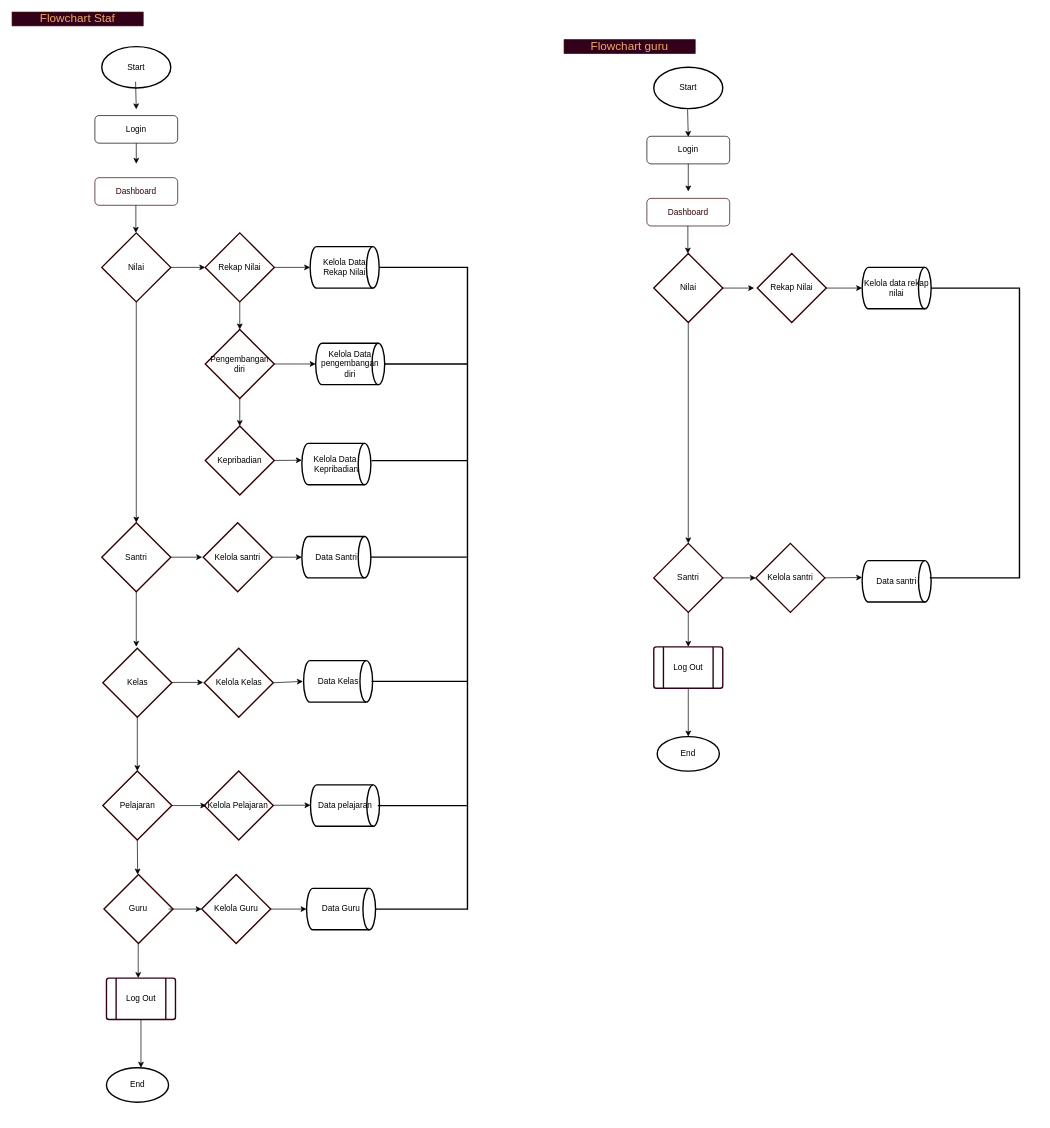
Above: page "Flowchart Admin" (1 of 14) of draw.io/Proyek-3.drawio in Tugas-Proyek-Polindra/proyek-3 (draw.io), before the change. Source tidied: cells renumbered, new cells numbered last; positions are measured from the earlier drawing's top-left corner, leaving out a move shared by most shapes. Both pictures are drawn from the tidied source at 69%, with x=0, y=0 at pixel (12, 12).
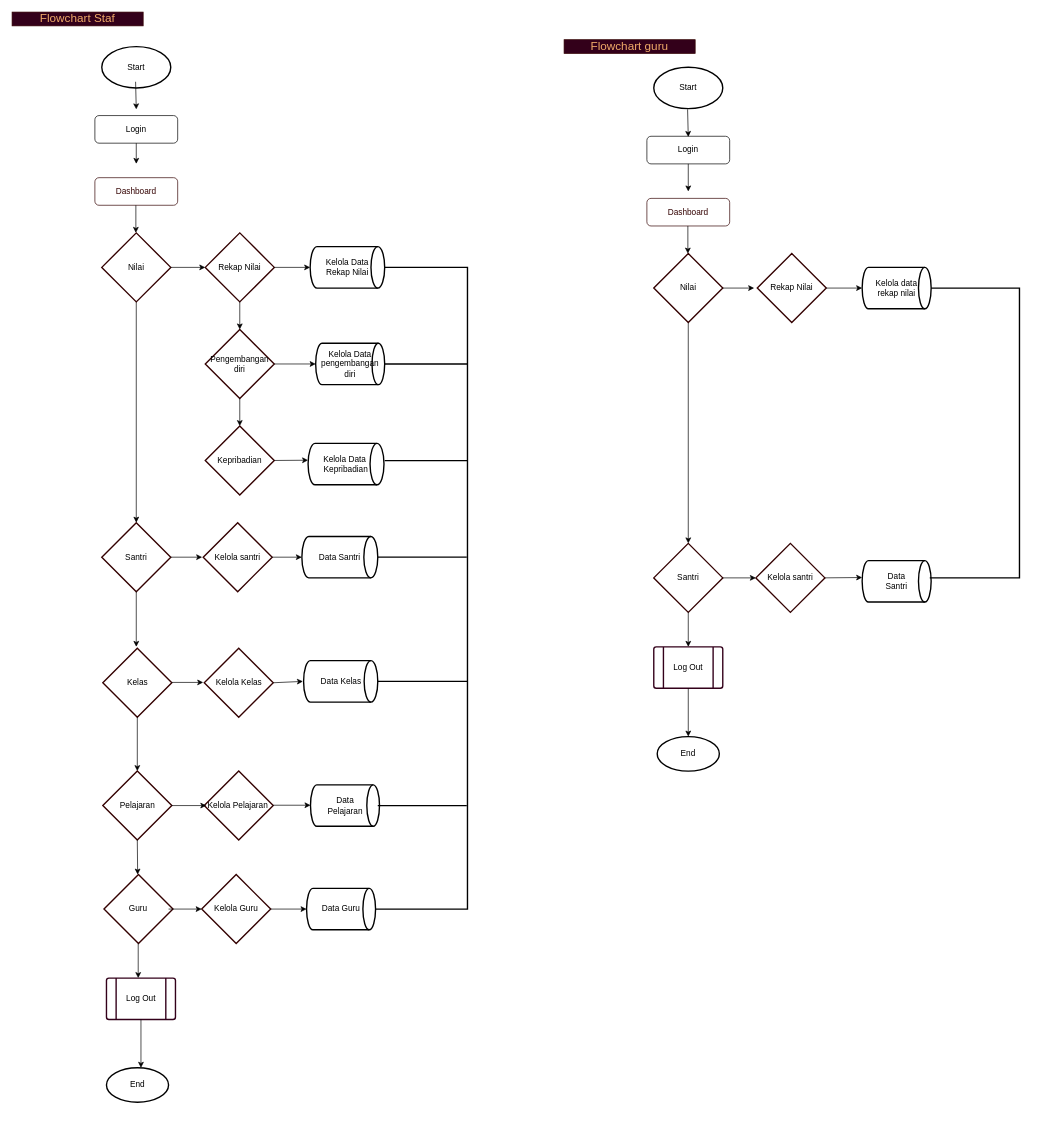
Above is the later version.

Commit message:
gambar flowchart dirapihkan

The change refers to these unchanged cells:
```xml
<mxCell id="2" style="group;fontStyle=4;" parent="1" vertex="1">
  <mxGeometry x="70" y="50" width="617" height="1550" as="geometry" />
</mxCell>
<mxCell id="54" style="group;fontStyle=4;" parent="1" vertex="1">
  <mxGeometry x="870" y="80" width="617" height="1490" as="geometry" />
</mxCell>
```

What changed in the source:
```diff
@@
     <mxCell id="11" value="Kelola Data&amp;nbsp; Kepribadian" style="strokeWidth=2;html=1;shape=mxgraph.flowchart.direct_data;whiteSpace=wrap;fillColor=#FFFFFF;fontColor=none;" parent="2" vertex="1">
-      <mxGeometry x="350" y="575" width="100" height="60" as="geometry" />
+      <mxGeometry x="359" y="575" width="110" height="60" as="geometry" />
     </mxCell>
@@
     <mxCell id="15" value="Data Santri" style="strokeWidth=2;html=1;shape=mxgraph.flowchart.direct_data;whiteSpace=wrap;fillColor=#FFFFFF;fontColor=none;" parent="2" vertex="1">
-      <mxGeometry x="350" y="710" width="100" height="60" as="geometry" />
+      <mxGeometry x="350" y="710" width="110" height="60" as="geometry" />
     </mxCell>
@@
-    <mxCell id="22" value="Kelola Data Rekap Nilai" style="strokeWidth=2;html=1;shape=mxgraph.flowchart.direct_data;whiteSpace=wrap;fillColor=#FFFFFF;fontColor=none;" parent="2" vertex="1">
-      <mxGeometry x="362" y="290" width="100" height="60" as="geometry" />
+    <mxCell id="22" value="Kelola Data &lt;br&gt;Rekap Nilai" style="strokeWidth=2;html=1;shape=mxgraph.flowchart.direct_data;whiteSpace=wrap;fillColor=#FFFFFF;fontColor=none;" parent="2" vertex="1">
+      <mxGeometry x="362" y="290" width="108" height="60" as="geometry" />
     </mxCell>
@@
-    <mxCell id="26" value="Data pelajaran" style="strokeWidth=2;html=1;shape=mxgraph.flowchart.direct_data;whiteSpace=wrap;fillColor=#FFFFFF;fontColor=none;" parent="2" vertex="1">
+    <mxCell id="26" value="Data &lt;br&gt;Pelajaran" style="strokeWidth=2;html=1;shape=mxgraph.flowchart.direct_data;whiteSpace=wrap;fillColor=#FFFFFF;fontColor=none;" parent="2" vertex="1">
       <mxGeometry x="362.5" y="1070" width="100" height="60" as="geometry" />
     </mxCell>
@@
     <mxCell id="28" style="line;strokeWidth=2;direction=west;html=1;fillColor=#FFFFFF;fontColor=none;flipV=1;" parent="2" vertex="1">
-      <mxGeometry x="450" y="548" width="139" height="384" as="geometry" />
+      <mxGeometry x="460" y="548" width="129" height="384" as="geometry" />
     </mxCell>
     <mxCell id="29" style="line;strokeWidth=2;direction=west;html=1;fillColor=#FFFFFF;fontColor=none;flipV=1;" parent="2" vertex="1">
-      <mxGeometry x="451" y="595" width="139" height="10" as="geometry" />
+      <mxGeometry x="470" y="595" width="120" height="10" as="geometry" />
     </mxCell>
@@
     <mxCell id="41" value="Data Kelas" style="strokeWidth=2;html=1;shape=mxgraph.flowchart.direct_data;whiteSpace=wrap;fillColor=#FFFFFF;fontColor=none;" parent="2" vertex="1">
-      <mxGeometry x="352.5" y="890" width="100" height="60" as="geometry" />
+      <mxGeometry x="352.5" y="890" width="107.5" height="60" as="geometry" />
     </mxCell>
     <mxCell id="42" style="line;strokeWidth=2;direction=west;html=1;fillColor=#FFFFFF;fontColor=none;flipV=1;" parent="2" vertex="1">
-      <mxGeometry x="451" y="728" width="139" height="384" as="geometry" />
+      <mxGeometry x="460" y="728" width="130" height="384" as="geometry" />
     </mxCell>
@@
-    <mxCell id="62" value="Data santri" style="strokeWidth=2;html=1;shape=mxgraph.flowchart.direct_data;whiteSpace=wrap;fillColor=#FFFFFF;fontColor=none;" parent="54" vertex="1">
+    <mxCell id="62" value="Data &lt;br&gt;Santri" style="strokeWidth=2;html=1;shape=mxgraph.flowchart.direct_data;whiteSpace=wrap;fillColor=#FFFFFF;fontColor=none;" parent="54" vertex="1">
       <mxGeometry x="362" y="715" width="100" height="60" as="geometry" />
     </mxCell>
@@
-    <mxCell id="68" value="Kelola data rekap nilai" style="strokeWidth=2;html=1;shape=mxgraph.flowchart.direct_data;whiteSpace=wrap;fillColor=#FFFFFF;fontColor=none;" parent="54" vertex="1">
+    <mxCell id="68" value="Kelola data &lt;br&gt;rekap nilai" style="strokeWidth=2;html=1;shape=mxgraph.flowchart.direct_data;whiteSpace=wrap;fillColor=#FFFFFF;fontColor=none;" parent="54" vertex="1">
       <mxGeometry x="362" y="290" width="100" height="60" as="geometry" />
     </mxCell>
```
